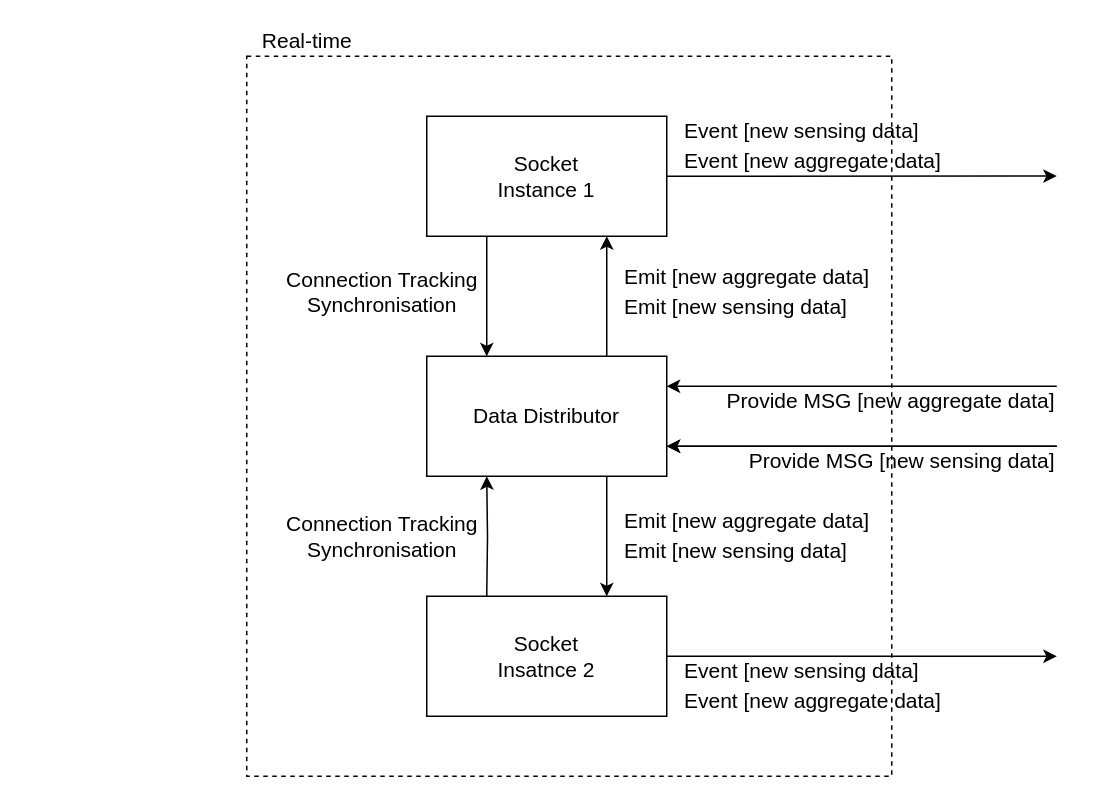
Zachaccino/Thesis-Paper keeps this draw.io diagram as drawios/c4-realtime.drawio. Above is the earlier version. Source tidied: cells renumbered, new cells numbered last; positions are measured from the earlier drawing's top-left corner, leaving out a move shared by most shapes. Both pictures are drawn from the tidied source at 150%, with x=0, y=0 at pixel (246, 26).
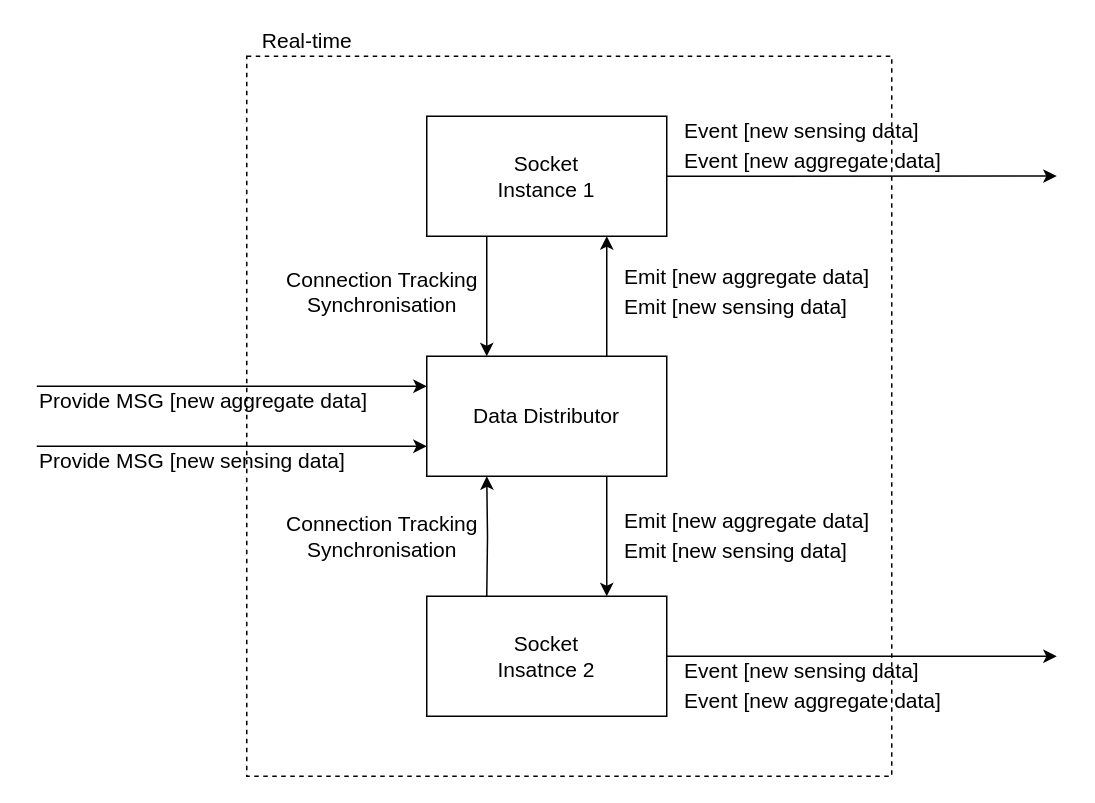
Above is the later version.

Unchanged cells that the change refers to:
```xml
<mxCell id="5" value="Data Distributor" style="rounded=0;whiteSpace=wrap;html=1;shadow=0;fontSize=14;" parent="1" vertex="1">
  <mxGeometry x="120" y="220" width="160" height="80" as="geometry" />
</mxCell>
```

Change to the diagram source:
```diff
@@
-    <mxCell id="3" style="edgeStyle=orthogonalEdgeStyle;rounded=0;jettySize=auto;html=1;exitX=1;exitY=0.25;exitDx=0;exitDy=0;startArrow=classic;startFill=1;endArrow=none;endFill=0;strokeWidth=1;fontSize=14;" parent="1" edge="1" source="5">
+    <mxCell id="3" style="edgeStyle=orthogonalEdgeStyle;rounded=0;orthogonalLoop=1;jettySize=auto;html=1;exitX=1;exitY=0.25;exitDx=0;exitDy=0;startArrow=classic;startFill=1;endArrow=none;endFill=0;strokeWidth=1;fontSize=14;" parent="1" edge="1">
       <mxGeometry relative="1" as="geometry">
-        <mxPoint x="540" y="240" as="targetPoint" />
+        <mxPoint x="120" y="240" as="sourcePoint" />
+        <mxPoint x="-140" y="240" as="targetPoint" />
       </mxGeometry>
     </mxCell>
-    <mxCell id="4" style="edgeStyle=orthogonalEdgeStyle;rounded=0;jettySize=auto;html=1;exitX=1;exitY=0.75;exitDx=0;exitDy=0;startArrow=classic;startFill=1;endArrow=none;endFill=0;strokeWidth=1;fontSize=14;" parent="1" edge="1" source="5">
-      <mxGeometry relative="1" as="geometry">
-        <mxPoint x="540" y="280" as="targetPoint" />
-      </mxGeometry>
-    </mxCell>
@@
-    <mxCell id="21" value="Provide MSG [new aggregate data]" style="text;html=1;align=right;verticalAlign=middle;fontSize=14;" parent="1" vertex="1">
-      <mxGeometry x="310" y="240" width="230" height="20" as="geometry" />
+    <mxCell id="21" value="Provide MSG [new aggregate data]" style="text;html=1;align=left;verticalAlign=middle;fontSize=14;" parent="1" vertex="1">
+      <mxGeometry x="-140" y="240" width="230" height="20" as="geometry" />
     </mxCell>
-    <mxCell id="22" value="Provide MSG [new sensing data]" style="text;html=1;align=right;verticalAlign=middle;fontSize=14;" parent="1" vertex="1">
-      <mxGeometry x="320" y="280" width="220" height="20" as="geometry" />
+    <mxCell id="22" value="Provide MSG [new sensing data]" style="text;html=1;align=left;verticalAlign=middle;fontSize=14;" parent="1" vertex="1">
+      <mxGeometry x="-140" y="280" width="220" height="20" as="geometry" />
     </mxCell>
     <mxCell id="23" style="edgeStyle=orthogonalEdgeStyle;rounded=0;orthogonalLoop=1;jettySize=auto;html=1;exitX=1;exitY=0.75;exitDx=0;exitDy=0;startArrow=classic;startFill=1;endArrow=none;endFill=0;strokeWidth=1;fontSize=14;" parent="1" edge="1">
       <mxGeometry relative="1" as="geometry">
-        <mxPoint x="280" y="280" as="sourcePoint" />
-        <mxPoint x="540" y="280" as="targetPoint" />
+        <mxPoint x="120" y="280" as="sourcePoint" />
+        <mxPoint x="-140" y="280" as="targetPoint" />
       </mxGeometry>
     </mxCell>
```
